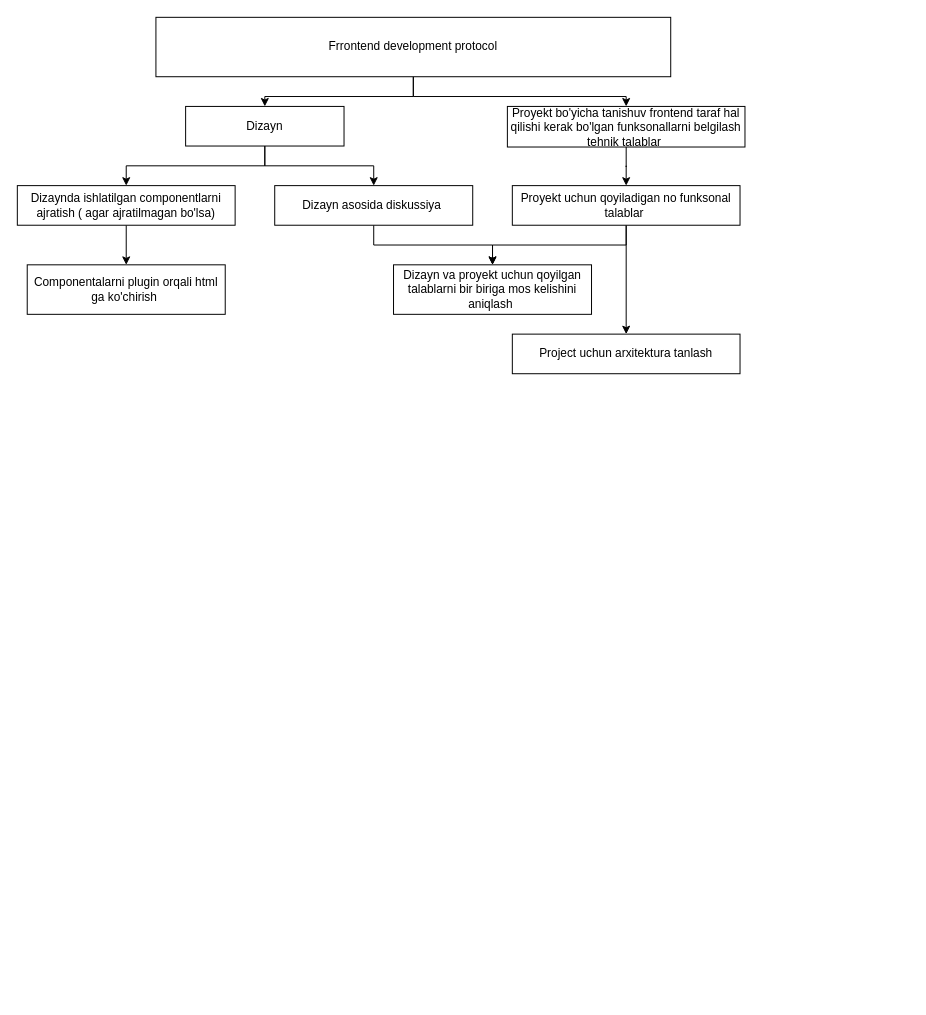
This is Untitled Diagram.drawio from AkhrorbekDev/diagrams, a draw.io file, before an edit. Source tidied: cells renumbered, new cells numbered last; positions are measured from the earlier drawing's top-left corner, leaving out a move shared by most shapes. Both pictures are drawn from the tidied source at 99%, with x=0, y=0 at pixel (17, 17).
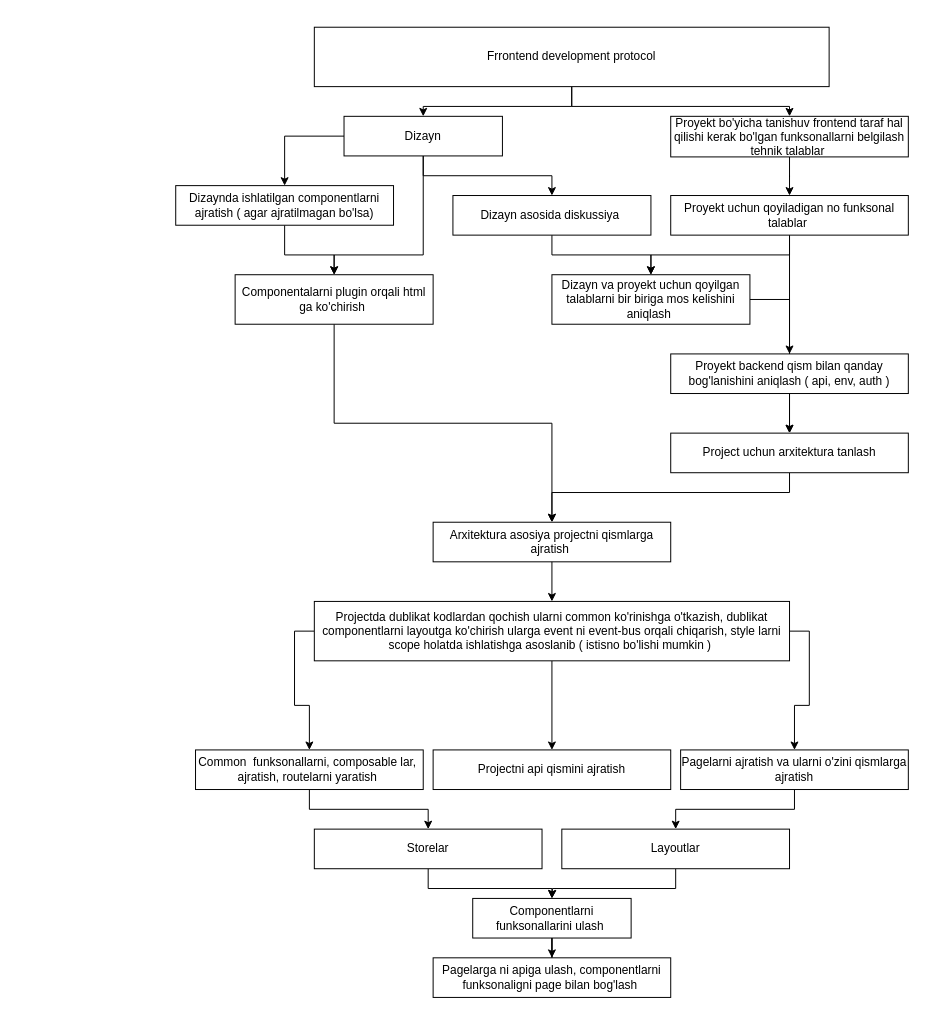
The same page after the edit.

The edit, as a diff of the source:
```diff
@@
     <mxCell id="4" value="Frrontend development protocol" style="rounded=0;whiteSpace=wrap;html=1;" parent="1" vertex="1">
-      <mxGeometry x="140" width="520" height="60" as="geometry" />
+      <mxGeometry x="300" y="10" width="520" height="60" as="geometry" />
     </mxCell>
+    <mxCell id="6" style="edgeStyle=orthogonalEdgeStyle;rounded=0;jettySize=auto;html=1;" parent="1" edge="1" source="7" target="12">
+      <mxGeometry relative="1" as="geometry" />
+    </mxCell>
+    <mxCell id="20" style="edgeStyle=orthogonalEdgeStyle;rounded=0;jettySize=auto;html=1;exitX=0.5;exitY=1;exitDx=0;exitDy=0;entryX=0.5;entryY=0;entryDx=0;entryDy=0;" parent="1" edge="1" source="7" target="10">
+      <mxGeometry relative="1" as="geometry">
+        <Array as="points">
+          <mxPoint x="410" y="240" />
+          <mxPoint x="320" y="240" />
+        </Array>
+      </mxGeometry>
+    </mxCell>
-    <mxCell id="5" style="edgeStyle=orthogonalEdgeStyle;rounded=0;jettySize=auto;html=1;" parent="1" edge="1" source="7" target="9">
+    <mxCell id="5" style="edgeStyle=orthogonalEdgeStyle;rounded=0;jettySize=auto;html=1;exitX=0;exitY=0.5;exitDx=0;exitDy=0;entryX=0.5;entryY=0;entryDx=0;entryDy=0;" parent="1" edge="1" source="7" target="9">
       <mxGeometry relative="1" as="geometry" />
     </mxCell>
-    <mxCell id="6" style="edgeStyle=orthogonalEdgeStyle;rounded=0;jettySize=auto;html=1;" parent="1" edge="1" source="7" target="12">
-      <mxGeometry relative="1" as="geometry" />
-    </mxCell>
     <mxCell id="7" value="Dizayn" style="rounded=0;whiteSpace=wrap;html=1;" parent="1" vertex="1">
-      <mxGeometry x="170" y="90" width="160" height="40" as="geometry" />
+      <mxGeometry x="330" y="100" width="160" height="40" as="geometry" />
     </mxCell>
-    <mxCell id="8" style="edgeStyle=orthogonalEdgeStyle;rounded=0;jettySize=auto;html=1;exitX=0.5;exitY=1;exitDx=0;exitDy=0;" parent="1" edge="1" source="9" target="10">
-      <mxGeometry relative="1" as="geometry" />
+    <mxCell id="8" style="edgeStyle=orthogonalEdgeStyle;rounded=0;jettySize=auto;html=1;exitX=0.5;exitY=1;exitDx=0;exitDy=0;entryX=0.5;entryY=0;entryDx=0;entryDy=0;" parent="1" edge="1" source="9" target="10">
+      <mxGeometry relative="1" as="geometry">
+        <Array as="points">
+          <mxPoint x="270" y="240" />
+          <mxPoint x="320" y="240" />
+        </Array>
+      </mxGeometry>
     </mxCell>
     <mxCell id="9" value="Dizaynda ishlatilgan componentlarni ajratish ( agar ajratilmagan bo'lsa)" style="rounded=0;whiteSpace=wrap;html=1;" parent="1" vertex="1">
-      <mxGeometry y="170" width="220" height="40" as="geometry" />
+      <mxGeometry x="160" y="170" width="220" height="40" as="geometry" />
     </mxCell>
+    <mxCell id="21" style="edgeStyle=orthogonalEdgeStyle;rounded=0;jettySize=auto;html=1;exitX=0.5;exitY=1;exitDx=0;exitDy=0;entryX=0.5;entryY=0;entryDx=0;entryDy=0;" parent="1" edge="1" source="10" target="26">
+      <mxGeometry relative="1" as="geometry" />
+    </mxCell>
     <mxCell id="10" value="Componentalarni plugin orqali html ga ko'chirish&amp;nbsp;" style="rounded=0;whiteSpace=wrap;html=1;" parent="1" vertex="1">
-      <mxGeometry x="10" y="250" width="200" height="50" as="geometry" />
+      <mxGeometry x="220" y="260" width="200" height="50" as="geometry" />
     </mxCell>
@@
     <mxCell id="12" value="Dizayn asosida diskussiya&amp;nbsp;" style="rounded=0;whiteSpace=wrap;html=1;" parent="1" vertex="1">
-      <mxGeometry x="260" y="170" width="200" height="40" as="geometry" />
+      <mxGeometry x="440" y="180" width="200" height="40" as="geometry" />
     </mxCell>
@@
     <mxCell id="14" value="Proyekt bo'yicha tanishuv frontend taraf hal qilishi kerak bo'lgan funksonallarni belgilash tehnik talablar&amp;nbsp;" style="rounded=0;whiteSpace=wrap;html=1;" parent="1" vertex="1">
-      <mxGeometry x="495" y="90" width="240" height="41" as="geometry" />
+      <mxGeometry x="660" y="100" width="240" height="41" as="geometry" />
     </mxCell>
@@
-    <mxCell id="16" style="edgeStyle=orthogonalEdgeStyle;rounded=0;jettySize=auto;html=1;" parent="1" edge="1" source="17" target="19">
-      <mxGeometry relative="1" as="geometry" />
-    </mxCell>
+    <mxCell id="22" style="edgeStyle=orthogonalEdgeStyle;rounded=0;jettySize=auto;html=1;exitX=0.5;exitY=1;exitDx=0;exitDy=0;entryX=0.5;entryY=0;entryDx=0;entryDy=0;entryPerimeter=0;" parent="1" edge="1" source="17" target="33">
+      <mxGeometry relative="1" as="geometry" />
+    </mxCell>
     <mxCell id="17" value="Proyekt uchun qoyiladigan no funksonal talablar&amp;nbsp;" style="rounded=0;whiteSpace=wrap;html=1;" parent="1" vertex="1">
-      <mxGeometry x="500" y="170" width="230" height="40" as="geometry" />
+      <mxGeometry x="660" y="180" width="240" height="40" as="geometry" />
     </mxCell>
+    <mxCell id="23" style="edgeStyle=orthogonalEdgeStyle;rounded=0;jettySize=auto;html=1;exitX=1;exitY=0.5;exitDx=0;exitDy=0;entryX=0.5;entryY=0;entryDx=0;entryDy=0;" parent="1" edge="1" source="18" target="19">
+      <mxGeometry relative="1" as="geometry" />
+    </mxCell>
     <mxCell id="18" value="Dizayn va proyekt uchun qoyilgan talablarni bir biriga mos kelishini aniqlash&amp;nbsp;" style="rounded=0;whiteSpace=wrap;html=1;" parent="1" vertex="1">
-      <mxGeometry x="380" y="250" width="200" height="50" as="geometry" />
+      <mxGeometry x="540" y="260" width="200" height="50" as="geometry" />
     </mxCell>
+    <mxCell id="24" style="edgeStyle=orthogonalEdgeStyle;rounded=0;jettySize=auto;html=1;" parent="1" edge="1" source="19" target="26">
+      <mxGeometry relative="1" as="geometry">
+        <Array as="points">
+          <mxPoint x="780" y="480" />
+          <mxPoint x="540" y="480" />
+        </Array>
+      </mxGeometry>
+    </mxCell>
     <mxCell id="19" value="Project uchun arxitektura tanlash" style="rounded=0;whiteSpace=wrap;html=1;" parent="1" vertex="1">
-      <mxGeometry x="500" y="320" width="230" height="40" as="geometry" />
+      <mxGeometry x="660" y="420" width="240" height="40" as="geometry" />
     </mxCell>
+    <mxCell id="25" style="edgeStyle=orthogonalEdgeStyle;rounded=0;jettySize=auto;html=1;" parent="1" edge="1" source="41" target="31">
+      <mxGeometry relative="1" as="geometry" />
+    </mxCell>
+    <mxCell id="26" value="Arxitektura asosiya projectni qismlarga ajratish&amp;nbsp;" style="rounded=0;whiteSpace=wrap;html=1;" parent="1" vertex="1">
+      <mxGeometry x="420" y="510" width="240" height="40" as="geometry" />
+    </mxCell>
+    <mxCell id="27" style="edgeStyle=orthogonalEdgeStyle;rounded=0;jettySize=auto;html=1;exitX=0.5;exitY=1;exitDx=0;exitDy=0;entryX=0.5;entryY=0;entryDx=0;entryDy=0;" parent="1" edge="1" source="28" target="37">
+      <mxGeometry relative="1" as="geometry" />
+    </mxCell>
+    <mxCell id="28" value="Common&amp;nbsp; funksonallarni, composable lar,&amp;nbsp; ajratish, routelarni yaratish&amp;nbsp;" style="rounded=0;whiteSpace=wrap;html=1;" parent="1" vertex="1">
+      <mxGeometry x="180" y="740" width="230" height="40" as="geometry" />
+    </mxCell>
+    <mxCell id="29" style="edgeStyle=orthogonalEdgeStyle;rounded=0;jettySize=auto;html=1;exitX=0.5;exitY=1;exitDx=0;exitDy=0;" parent="1" edge="1" source="30" target="35">
+      <mxGeometry relative="1" as="geometry" />
+    </mxCell>
+    <mxCell id="30" value="Pagelarni ajratish va ularni o'zini qismlarga ajratish" style="rounded=0;whiteSpace=wrap;html=1;" parent="1" vertex="1">
+      <mxGeometry x="670" y="740" width="230" height="40" as="geometry" />
+    </mxCell>
+    <mxCell id="31" value="Projectni api qismini ajratish" style="rounded=0;whiteSpace=wrap;html=1;" parent="1" vertex="1">
+      <mxGeometry x="420" y="740" width="240" height="40" as="geometry" />
+    </mxCell>
+    <mxCell id="32" style="edgeStyle=orthogonalEdgeStyle;rounded=0;jettySize=auto;html=1;exitX=0.5;exitY=1;exitDx=0;exitDy=0;entryX=0.5;entryY=0;entryDx=0;entryDy=0;" parent="1" edge="1" source="33" target="19">
+      <mxGeometry relative="1" as="geometry" />
+    </mxCell>
+    <mxCell id="33" value="Proyekt backend qism bilan qanday bog'lanishini aniqlash ( api, env, auth )" style="rounded=0;whiteSpace=wrap;html=1;" parent="1" vertex="1">
+      <mxGeometry x="660" y="340" width="240" height="40" as="geometry" />
+    </mxCell>
+    <mxCell id="34" style="edgeStyle=orthogonalEdgeStyle;rounded=0;jettySize=auto;html=1;exitX=0.5;exitY=1;exitDx=0;exitDy=0;" parent="1" edge="1" source="35">
+      <mxGeometry relative="1" as="geometry">
+        <mxPoint x="540" y="890" as="targetPoint" />
+      </mxGeometry>
+    </mxCell>
+    <mxCell id="35" value="Layoutlar" style="rounded=0;whiteSpace=wrap;html=1;" parent="1" vertex="1">
+      <mxGeometry x="550" y="820" width="230" height="40" as="geometry" />
+    </mxCell>
+    <mxCell id="36" style="edgeStyle=orthogonalEdgeStyle;rounded=0;jettySize=auto;html=1;exitX=0.5;exitY=1;exitDx=0;exitDy=0;" parent="1" edge="1" source="37" target="43">
+      <mxGeometry relative="1" as="geometry" />
+    </mxCell>
+    <mxCell id="37" value="Storelar" style="rounded=0;whiteSpace=wrap;html=1;" parent="1" vertex="1">
+      <mxGeometry x="300" y="820" width="230" height="40" as="geometry" />
+    </mxCell>
+    <mxCell id="38" style="edgeStyle=orthogonalEdgeStyle;rounded=0;jettySize=auto;html=1;" parent="1" edge="1" source="26" target="41">
+      <mxGeometry relative="1" as="geometry" />
+    </mxCell>
+    <mxCell id="39" style="edgeStyle=orthogonalEdgeStyle;rounded=0;jettySize=auto;html=1;exitX=0;exitY=0.5;exitDx=0;exitDy=0;entryX=0.5;entryY=0;entryDx=0;entryDy=0;" parent="1" edge="1" source="41" target="28">
+      <mxGeometry relative="1" as="geometry" />
+    </mxCell>
+    <mxCell id="40" style="edgeStyle=orthogonalEdgeStyle;rounded=0;jettySize=auto;html=1;exitX=1;exitY=0.5;exitDx=0;exitDy=0;entryX=0.5;entryY=0;entryDx=0;entryDy=0;" parent="1" edge="1" source="41" target="30">
+      <mxGeometry relative="1" as="geometry" />
+    </mxCell>
+    <mxCell id="41" value="Projectda dublikat kodlardan qochish ularni common ko'rinishga o'tkazish, dublikat componentlarni layoutga ko'chirish ularga event ni event-bus orqali chiqarish, style larni scope holatda ishlatishga asoslanib ( istisno bo'lishi mumkin )&amp;nbsp;" style="rounded=0;whiteSpace=wrap;html=1;" parent="1" vertex="1">
+      <mxGeometry x="300" y="590" width="480" height="60" as="geometry" />
+    </mxCell>
+    <mxCell id="42" style="edgeStyle=orthogonalEdgeStyle;rounded=0;jettySize=auto;html=1;" parent="1" edge="1" source="43" target="44">
+      <mxGeometry relative="1" as="geometry" />
+    </mxCell>
+    <mxCell id="43" value="Componentlarni funksonallarini ulash&amp;nbsp;" style="rounded=0;whiteSpace=wrap;html=1;" parent="1" vertex="1">
+      <mxGeometry x="460" y="890" width="160" height="40" as="geometry" />
+    </mxCell>
+    <mxCell id="44" value="Pagelarga ni apiga ulash, componentlarni funksonaligni page bilan bog'lash&amp;nbsp;" style="rounded=0;whiteSpace=wrap;html=1;" parent="1" vertex="1">
+      <mxGeometry x="420" y="950" width="240" height="40" as="geometry" />
+    </mxCell>
```
